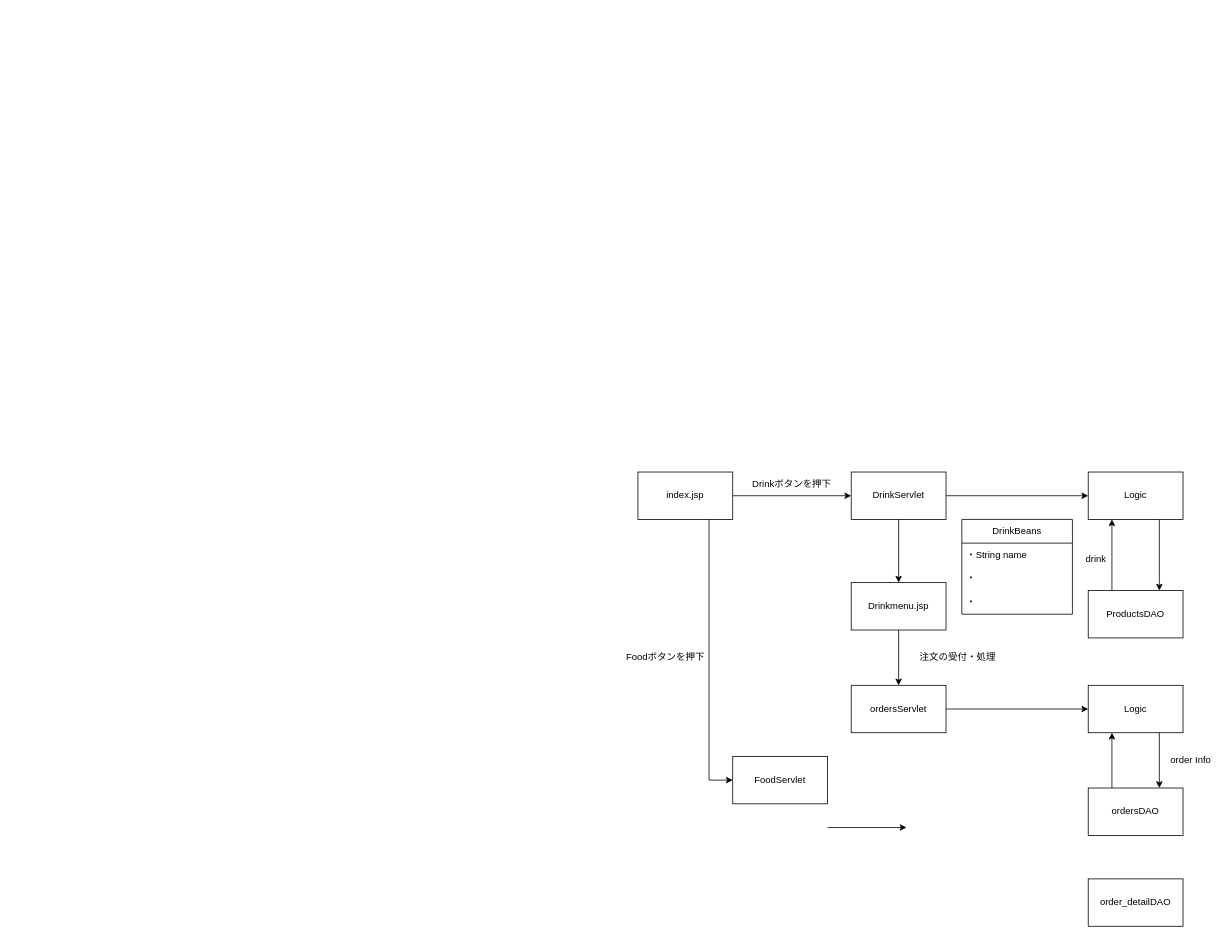
The draw.io diagram ordersys基本アーキテクチャ図.drawio in Tsubasa0125-Nike/-, before the edit. Source tidied: cells renumbered, new cells numbered last; positions are measured from the earlier drawing's top-left corner, leaving out a move shared by most shapes. Both pictures are drawn from the tidied source at 79%, with x=0, y=0 at pixel (622, 472).
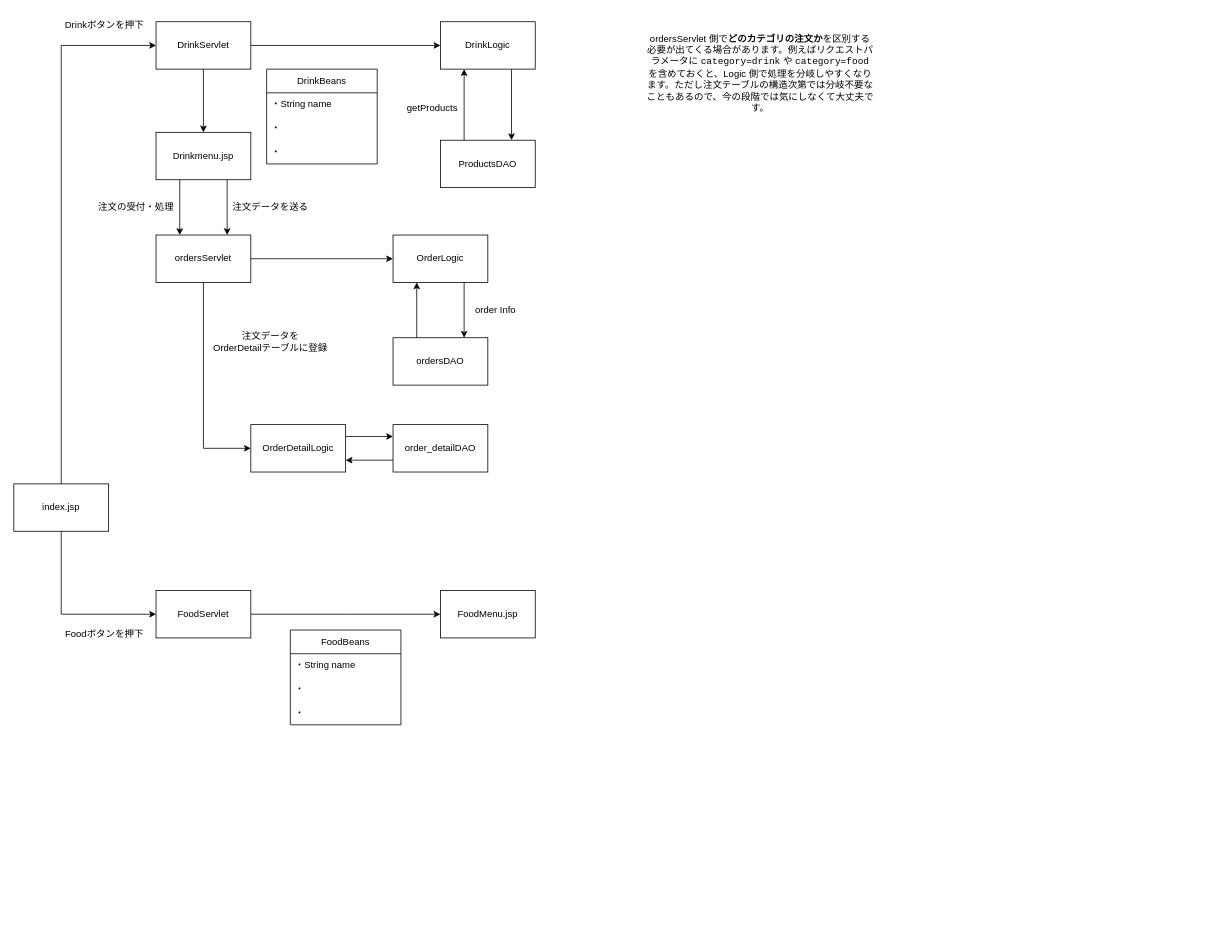
The same page after the edit.

Commit message:
ordersys基本アーキテクチャ図.drawio を更新

Change to the diagram source:
```diff
@@
     <mxCell id="2" value="index.jsp" style="whiteSpace=wrap;html=1;align=center;newEdgeStyle={&quot;edgeStyle&quot;:&quot;elbowEdgeStyle&quot;,&quot;startArrow&quot;:&quot;none&quot;,&quot;endArrow&quot;:&quot;none&quot;};" parent="1" vertex="1">
-      <mxGeometry x="20" width="120" height="60" as="geometry" />
+      <mxGeometry x="-770" y="15" width="120" height="60" as="geometry" />
     </mxCell>
     <mxCell id="3" value="Drinkmenu.jsp" style="whiteSpace=wrap;html=1;align=center;newEdgeStyle={&quot;edgeStyle&quot;:&quot;elbowEdgeStyle&quot;,&quot;startArrow&quot;:&quot;none&quot;,&quot;endArrow&quot;:&quot;none&quot;};" parent="1" vertex="1">
-      <mxGeometry x="290" y="140" width="120" height="60" as="geometry" />
+      <mxGeometry x="-590" y="-430" width="120" height="60" as="geometry" />
     </mxCell>
     <mxCell id="4" value="DrinkServlet" style="whiteSpace=wrap;html=1;align=center;newEdgeStyle={&quot;edgeStyle&quot;:&quot;elbowEdgeStyle&quot;,&quot;startArrow&quot;:&quot;none&quot;,&quot;endArrow&quot;:&quot;none&quot;};" parent="1" vertex="1">
-      <mxGeometry x="290" width="120" height="60" as="geometry" />
+      <mxGeometry x="-590" y="-570" width="120" height="60" as="geometry" />
     </mxCell>
     <mxCell id="5" value="ProductsDAO" style="whiteSpace=wrap;html=1;align=center;newEdgeStyle={&quot;edgeStyle&quot;:&quot;elbowEdgeStyle&quot;,&quot;startArrow&quot;:&quot;none&quot;,&quot;endArrow&quot;:&quot;none&quot;};" parent="1" vertex="1">
-      <mxGeometry x="590" y="150" width="120" height="60" as="geometry" />
+      <mxGeometry x="-230" y="-420" width="120" height="60" as="geometry" />
     </mxCell>
-    <mxCell id="6" value="Logic" style="whiteSpace=wrap;html=1;align=center;newEdgeStyle={&quot;edgeStyle&quot;:&quot;elbowEdgeStyle&quot;,&quot;startArrow&quot;:&quot;none&quot;,&quot;endArrow&quot;:&quot;none&quot;};" parent="1" vertex="1">
-      <mxGeometry x="590" width="120" height="60" as="geometry" />
+    <mxCell id="6" value="DrinkLogic" style="whiteSpace=wrap;html=1;align=center;newEdgeStyle={&quot;edgeStyle&quot;:&quot;elbowEdgeStyle&quot;,&quot;startArrow&quot;:&quot;none&quot;,&quot;endArrow&quot;:&quot;none&quot;};" parent="1" vertex="1">
+      <mxGeometry x="-230" y="-570" width="120" height="60" as="geometry" />
     </mxCell>
+    <mxCell id="32" style="edgeStyle=elbowEdgeStyle;rounded=0;jettySize=auto;html=1;startArrow=none;endArrow=classic;exitX=1;exitY=0.5;exitDx=0;exitDy=0;entryX=0;entryY=0.5;entryDx=0;entryDy=0;endFill=1;" parent="1" edge="1" source="7" target="43">
+      <mxGeometry relative="1" as="geometry" />
+    </mxCell>
     <mxCell id="7" value="FoodServlet" style="whiteSpace=wrap;html=1;align=center;newEdgeStyle={&quot;edgeStyle&quot;:&quot;elbowEdgeStyle&quot;,&quot;startArrow&quot;:&quot;none&quot;,&quot;endArrow&quot;:&quot;none&quot;};" parent="1" vertex="1">
-      <mxGeometry x="140" y="360" width="120" height="60" as="geometry" />
+      <mxGeometry x="-590" y="150" width="120" height="60" as="geometry" />
     </mxCell>
-    <mxCell id="8" style="endArrow=classic;html=1;rounded=0;entryX=0;entryY=0.5;entryDx=0;entryDy=0;" parent="1" edge="1" target="4">
+    <mxCell id="8" style="endArrow=classic;html=1;rounded=0;entryX=0;entryY=0.5;entryDx=0;entryDy=0;exitX=0.5;exitY=0;exitDx=0;exitDy=0;" parent="1" edge="1" source="2" target="4">
       <mxGeometry relative="1" as="geometry">
-        <mxPoint x="140" y="30" as="sourcePoint" />
+        <Array as="points">
+          <mxPoint x="-710" y="-540" />
+        </Array>
       </mxGeometry>
     </mxCell>
     <mxCell id="9" value="Foodボタンを押下" style="text;html=1;whiteSpace=wrap;strokeColor=none;fillColor=none;align=center;verticalAlign=middle;rounded=0;" parent="1" vertex="1">
-      <mxGeometry y="220" width="110" height="30" as="geometry" />
+      <mxGeometry x="-710" y="190" width="110" height="30" as="geometry" />
     </mxCell>
-    <mxCell id="10" style="endArrow=classic;html=1;rounded=0;exitX=0.75;exitY=1;exitDx=0;exitDy=0;entryX=0;entryY=0.5;entryDx=0;entryDy=0;" parent="1" edge="1" source="2" target="7">
+    <mxCell id="10" style="endArrow=classic;html=1;rounded=0;exitX=0.5;exitY=1;exitDx=0;exitDy=0;entryX=0;entryY=0.5;entryDx=0;entryDy=0;" parent="1" edge="1" source="2" target="7">
       <mxGeometry relative="1" as="geometry">
         <Array as="points">
-          <mxPoint x="110" y="390" />
+          <mxPoint x="-710" y="180" />
         </Array>
       </mxGeometry>
     </mxCell>
     <mxCell id="11" value="Drinkボタンを押下" style="text;html=1;whiteSpace=wrap;strokeColor=none;fillColor=none;align=center;verticalAlign=middle;rounded=0;" parent="1" vertex="1">
-      <mxGeometry x="160" width="110" height="30" as="geometry" />
+      <mxGeometry x="-710" y="-580" width="110" height="30" as="geometry" />
     </mxCell>
     <mxCell id="12" value="DrinkBeans" style="swimlane;fontStyle=0;horizontal=1;startSize=30;whiteSpace=wrap;html=1;" parent="1" vertex="1">
-      <mxGeometry x="430" y="60" width="140" height="120" as="geometry" />
+      <mxGeometry x="-450" y="-510" width="140" height="120" as="geometry" />
     </mxCell>
@@
     <mxCell id="17" value="ordersDAO" style="whiteSpace=wrap;html=1;align=center;newEdgeStyle={&quot;edgeStyle&quot;:&quot;elbowEdgeStyle&quot;,&quot;startArrow&quot;:&quot;none&quot;,&quot;endArrow&quot;:&quot;none&quot;};" parent="1" vertex="1">
-      <mxGeometry x="590" y="400" width="120" height="60" as="geometry" />
+      <mxGeometry x="-290" y="-170" width="120" height="60" as="geometry" />
     </mxCell>
     <mxCell id="18" value="order_detailDAO" style="whiteSpace=wrap;html=1;align=center;newEdgeStyle={&quot;edgeStyle&quot;:&quot;elbowEdgeStyle&quot;,&quot;startArrow&quot;:&quot;none&quot;,&quot;endArrow&quot;:&quot;none&quot;};" parent="1" vertex="1">
-      <mxGeometry x="590" y="515" width="120" height="60" as="geometry" />
+      <mxGeometry x="-290" y="-60" width="120" height="60" as="geometry" />
     </mxCell>
@@
-    <mxCell id="21" value="drink" style="text;html=1;whiteSpace=wrap;strokeColor=none;fillColor=none;align=center;verticalAlign=middle;rounded=0;" parent="1" vertex="1">
-      <mxGeometry x="570" y="95" width="60" height="30" as="geometry" />
+    <mxCell id="21" value="getProducts" style="text;html=1;whiteSpace=wrap;strokeColor=none;fillColor=none;align=center;verticalAlign=middle;rounded=0;" parent="1" vertex="1">
+      <mxGeometry x="-270" y="-475" width="60" height="30" as="geometry" />
     </mxCell>
@@
     <mxCell id="23" value="ordersServlet" style="whiteSpace=wrap;html=1;align=center;newEdgeStyle={&quot;edgeStyle&quot;:&quot;elbowEdgeStyle&quot;,&quot;startArrow&quot;:&quot;none&quot;,&quot;endArrow&quot;:&quot;none&quot;};" parent="1" vertex="1">
-      <mxGeometry x="290" y="270" width="120" height="60" as="geometry" />
+      <mxGeometry x="-590" y="-300" width="120" height="60" as="geometry" />
     </mxCell>
-    <mxCell id="24" style="edgeStyle=none;jettySize=auto;html=1;rounded=0;exitX=0.5;exitY=1;exitDx=0;exitDy=0;entryX=0.5;entryY=0;entryDx=0;entryDy=0;" parent="1" edge="1" source="3" target="23">
+    <mxCell id="24" style="edgeStyle=none;jettySize=auto;html=1;rounded=0;exitX=0.25;exitY=1;exitDx=0;exitDy=0;entryX=0.25;entryY=0;entryDx=0;entryDy=0;" parent="1" edge="1" source="3" target="23">
       <mxGeometry relative="1" as="geometry" />
     </mxCell>
     <mxCell id="25" value="注文の受付・処理" style="text;html=1;whiteSpace=wrap;strokeColor=none;fillColor=none;align=center;verticalAlign=middle;rounded=0;" parent="1" vertex="1">
-      <mxGeometry x="370" y="220" width="110" height="30" as="geometry" />
+      <mxGeometry x="-670" y="-350" width="110" height="30" as="geometry" />
     </mxCell>
-    <mxCell id="26" value="Logic" style="whiteSpace=wrap;html=1;align=center;newEdgeStyle={&quot;edgeStyle&quot;:&quot;elbowEdgeStyle&quot;,&quot;startArrow&quot;:&quot;none&quot;,&quot;endArrow&quot;:&quot;none&quot;};" parent="1" vertex="1">
-      <mxGeometry x="590" y="270" width="120" height="60" as="geometry" />
+    <mxCell id="26" value="OrderLogic" style="whiteSpace=wrap;html=1;align=center;newEdgeStyle={&quot;edgeStyle&quot;:&quot;elbowEdgeStyle&quot;,&quot;startArrow&quot;:&quot;none&quot;,&quot;endArrow&quot;:&quot;none&quot;};" parent="1" vertex="1">
+      <mxGeometry x="-290" y="-300" width="120" height="60" as="geometry" />
     </mxCell>
@@
-    <mxCell id="30" style="edgeStyle=none;orthogonalLoop=1;jettySize=auto;html=1;rounded=0;" parent="1" edge="1">
-      <mxGeometry relative="1" as="geometry">
-        <mxPoint x="260" y="450" as="sourcePoint" />
-        <mxPoint x="360" y="450" as="targetPoint" />
-      </mxGeometry>
+    <mxCell id="30" style="edgeStyle=none;jettySize=auto;html=1;rounded=0;entryX=0;entryY=0.25;entryDx=0;entryDy=0;exitX=1;exitY=0.25;exitDx=0;exitDy=0;" parent="1" edge="1" source="33" target="18">
+      <mxGeometry relative="1" as="geometry" />
     </mxCell>
     <mxCell id="31" value="order Info" style="text;html=1;whiteSpace=wrap;strokeColor=none;fillColor=none;align=center;verticalAlign=middle;rounded=0;" parent="1" vertex="1">
-      <mxGeometry x="690" y="350" width="60" height="30" as="geometry" />
+      <mxGeometry x="-190" y="-220" width="60" height="30" as="geometry" />
     </mxCell>
+    <mxCell id="33" value="OrderDetailLogic" style="whiteSpace=wrap;html=1;align=center;newEdgeStyle={&quot;edgeStyle&quot;:&quot;elbowEdgeStyle&quot;,&quot;startArrow&quot;:&quot;none&quot;,&quot;endArrow&quot;:&quot;none&quot;};" parent="1" vertex="1">
+      <mxGeometry x="-470" y="-60" width="120" height="60" as="geometry" />
+    </mxCell>
+    <mxCell id="34" style="edgeStyle=none;jettySize=auto;html=1;rounded=0;entryX=1;entryY=0.75;entryDx=0;entryDy=0;exitX=0;exitY=0.75;exitDx=0;exitDy=0;" parent="1" edge="1" source="18" target="33">
+      <mxGeometry relative="1" as="geometry" />
+    </mxCell>
+    <mxCell id="35" style="edgeStyle=none;jettySize=auto;html=1;rounded=0;exitX=0.5;exitY=1;exitDx=0;exitDy=0;" parent="1" edge="1" source="23">
+      <mxGeometry relative="1" as="geometry">
+        <mxPoint x="-470" y="-30" as="targetPoint" />
+        <Array as="points">
+          <mxPoint x="-530" y="-30" />
+        </Array>
+      </mxGeometry>
+    </mxCell>
+    <mxCell id="36" value="注文データを&lt;div&gt;OrderDetailテーブルに登録&lt;/div&gt;" style="text;html=1;whiteSpace=wrap;strokeColor=none;fillColor=none;align=center;verticalAlign=middle;rounded=0;" parent="1" vertex="1">
+      <mxGeometry x="-560" y="-180" width="230" height="30" as="geometry" />
+    </mxCell>
+    <mxCell id="37" value="FoodBeans" style="swimlane;fontStyle=0;horizontal=1;startSize=30;whiteSpace=wrap;html=1;" parent="1" vertex="1">
+      <mxGeometry x="-420" y="200" width="140" height="120" as="geometry" />
+    </mxCell>
+    <mxCell id="38" value="・String name" style="text;strokeColor=none;fillColor=none;align=left;verticalAlign=middle;spacingLeft=4;spacingRight=4;overflow=hidden;whiteSpace=wrap;html=1;" parent="37" vertex="1">
+      <mxGeometry y="30" width="140" height="30" as="geometry" />
+    </mxCell>
+    <mxCell id="39" value="・" style="text;strokeColor=none;fillColor=none;align=left;verticalAlign=middle;spacingLeft=4;spacingRight=4;overflow=hidden;whiteSpace=wrap;html=1;" parent="37" vertex="1">
+      <mxGeometry y="60" width="140" height="30" as="geometry" />
+    </mxCell>
+    <mxCell id="40" value="・" style="text;strokeColor=none;fillColor=none;align=left;verticalAlign=middle;spacingLeft=4;spacingRight=4;overflow=hidden;whiteSpace=wrap;html=1;" parent="37" vertex="1">
+      <mxGeometry y="90" width="140" height="30" as="geometry" />
+    </mxCell>
+    <mxCell id="41" value="注文データを送る" style="text;html=1;whiteSpace=wrap;strokeColor=none;fillColor=none;align=center;verticalAlign=middle;rounded=0;" parent="1" vertex="1">
+      <mxGeometry x="-500" y="-350" width="110" height="30" as="geometry" />
+    </mxCell>
+    <mxCell id="42" style="edgeStyle=none;jettySize=auto;html=1;rounded=0;exitX=0.75;exitY=1;exitDx=0;exitDy=0;entryX=0.75;entryY=0;entryDx=0;entryDy=0;" parent="1" edge="1" source="3" target="23">
+      <mxGeometry relative="1" as="geometry" />
+    </mxCell>
+    <mxCell id="43" value="FoodMenu.jsp" style="whiteSpace=wrap;html=1;align=center;newEdgeStyle={&quot;edgeStyle&quot;:&quot;elbowEdgeStyle&quot;,&quot;startArrow&quot;:&quot;none&quot;,&quot;endArrow&quot;:&quot;none&quot;};" parent="1" vertex="1">
+      <mxGeometry x="-230" y="150" width="120" height="60" as="geometry" />
+    </mxCell>
+    <mxCell id="44" value="ordersServlet 側で&lt;strong&gt;どのカテゴリの注文か&lt;/strong&gt;を区別する必要が出てくる場合があります。例えばリクエストパラメータに &lt;code class=&quot;bg-text-200/5 border border-0.5 border-border-300 text-danger-000 whitespace-pre-wrap rounded-[0.4rem] px-1 py-px text-[0.9rem]&quot;&gt;category=drink&lt;/code&gt; や &lt;code class=&quot;bg-text-200/5 border border-0.5 border-border-300 text-danger-000 whitespace-pre-wrap rounded-[0.4rem] px-1 py-px text-[0.9rem]&quot;&gt;category=food&lt;/code&gt; を含めておくと、Logic 側で処理を分岐しやすくなります。ただし注文テーブルの構造次第では分岐不要なこともあるので、今の段階では気にしなくて大丈夫です。" style="text;html=1;whiteSpace=wrap;strokeColor=none;fillColor=none;align=center;verticalAlign=middle;rounded=0;" parent="1" vertex="1">
+      <mxGeometry x="30" y="-565" width="290" height="120" as="geometry" />
+    </mxCell>
```
